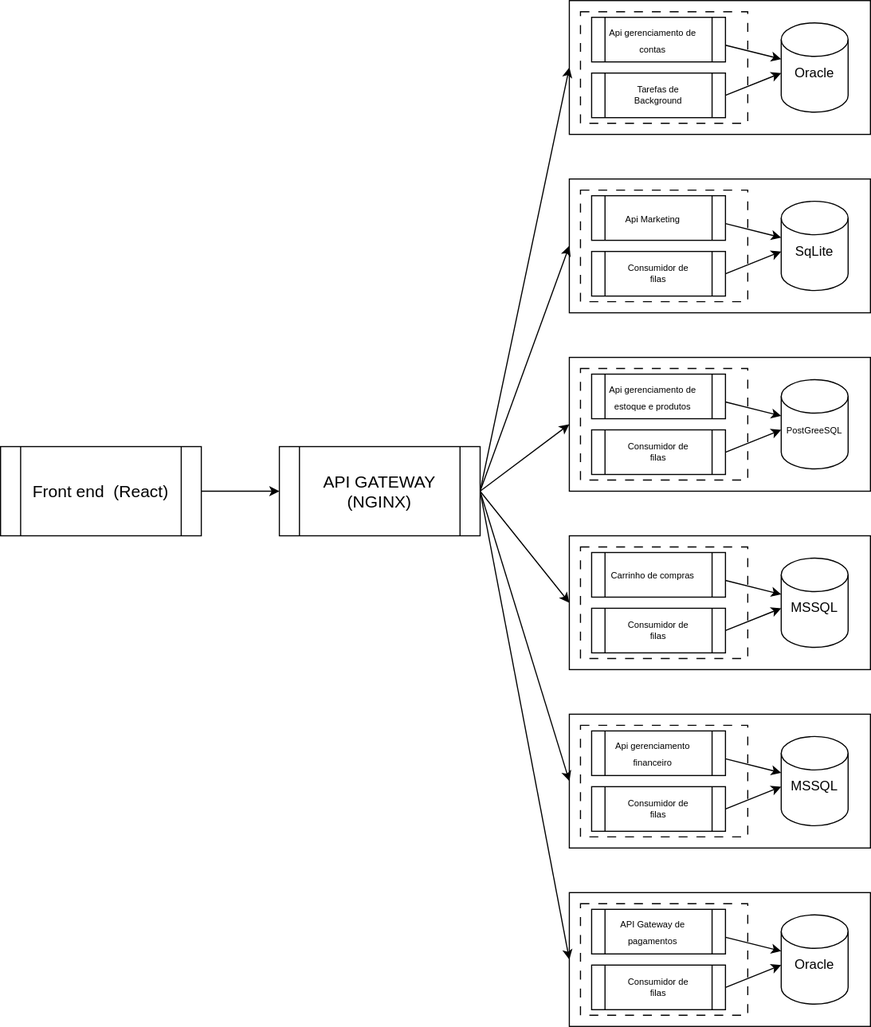
This is ecommerce.svg from edusfc15/desenvolvimento_de_servicos_web, a draw.io export, as it was before one commit. Source tidied: cells renumbered, new cells last; positions are measured from the earlier drawing's top-left corner, leaving out a move shared by most shapes.
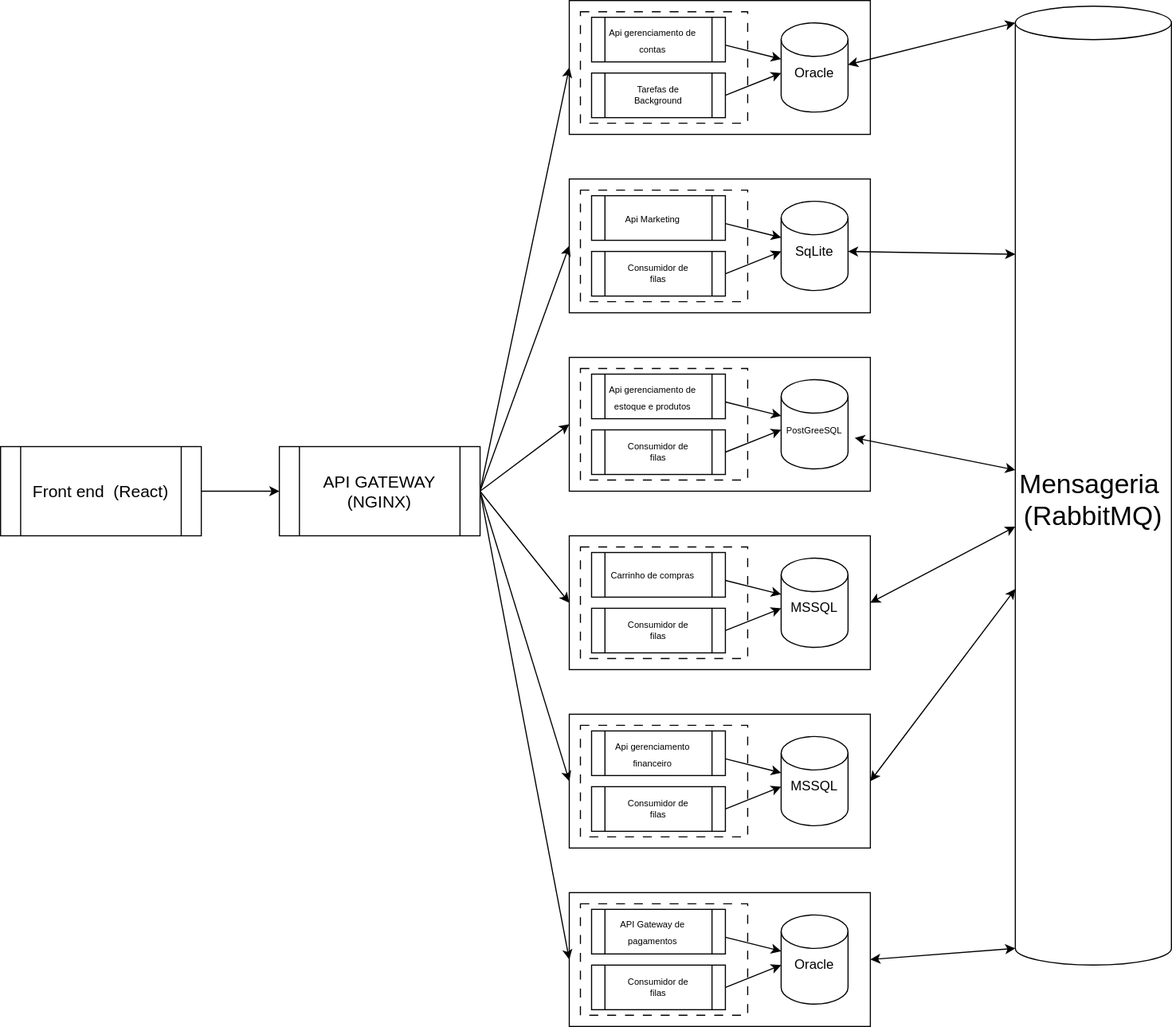
The same file after the commit.

Commit message:
Adição da mensageria RABBITMQ

Change to the diagram source:
```diff
@@ -2,6 +2,9 @@
   <root>
     <mxCell id="0" />
     <mxCell id="1" parent="0" />
+    <mxCell id="71" style="edgeStyle=none;html=1;exitX=1;exitY=0.5;exitDx=0;exitDy=0;fontSize=24;entryX=1;entryY=0.5;entryDx=0;entryDy=0;" parent="1" edge="1" source="2" target="2">
+      <mxGeometry relative="1" as="geometry" />
+    </mxCell>
     <mxCell id="2" style="whiteSpace=wrap;html=1;" parent="1" vertex="1">
       <mxGeometry x="510" width="270" height="120" as="geometry" />
     </mxCell>
@@ -27,6 +30,9 @@
         <mxPoint x="700" y="65" as="targetPoint" />
       </mxGeometry>
     </mxCell>
+    <mxCell id="72" style="edgeStyle=none;html=1;entryX=0;entryY=0;entryDx=0;entryDy=15;entryPerimeter=0;fontSize=24;endArrow=classic;endFill=1;startArrow=classic;startFill=1;" parent="1" edge="1" source="9" target="78">
+      <mxGeometry relative="1" as="geometry" />
+    </mxCell>
     <mxCell id="9" value="Oracle" style="text;strokeColor=none;align=center;fillColor=none;html=1;verticalAlign=middle;whiteSpace=wrap;rounded=0;dashed=1;dashPattern=8 8;" parent="1" vertex="1">
       <mxGeometry x="700" y="50" width="60" height="30" as="geometry" />
     </mxCell>
@@ -61,6 +67,9 @@
         <mxPoint x="700" y="225" as="targetPoint" />
       </mxGeometry>
     </mxCell>
+    <mxCell id="73" style="edgeStyle=none;html=1;exitX=1;exitY=0.5;exitDx=0;exitDy=0;entryX=0;entryY=0;entryDx=0;entryDy=222.5;entryPerimeter=0;fontSize=24;startArrow=classic;startFill=1;" parent="1" edge="1" source="19" target="78">
+      <mxGeometry relative="1" as="geometry" />
+    </mxCell>
     <mxCell id="19" value="SqLite" style="text;strokeColor=none;align=center;fillColor=none;html=1;verticalAlign=middle;whiteSpace=wrap;rounded=0;dashed=1;dashPattern=8 8;" parent="1" vertex="1">
       <mxGeometry x="700" y="210" width="60" height="30" as="geometry" />
     </mxCell>
@@ -95,6 +104,9 @@
         <mxPoint x="700" y="385" as="targetPoint" />
       </mxGeometry>
     </mxCell>
+    <mxCell id="74" style="edgeStyle=none;html=1;fontSize=24;startArrow=classic;startFill=1;" parent="1" edge="1" source="29" target="78">
+      <mxGeometry relative="1" as="geometry" />
+    </mxCell>
     <mxCell id="29" value="&lt;font style=&quot;font-size: 8px;&quot;&gt;PostGreeSQL&lt;/font&gt;" style="text;strokeColor=none;align=center;fillColor=none;html=1;verticalAlign=middle;whiteSpace=wrap;rounded=0;dashed=1;dashPattern=8 8;perimeterSpacing=6;" parent="1" vertex="1">
       <mxGeometry x="700" y="370" width="60" height="30" as="geometry" />
     </mxCell>
@@ -104,6 +116,9 @@
     <mxCell id="31" value="Consumidor de filas" style="text;strokeColor=none;align=center;fillColor=none;html=1;verticalAlign=middle;whiteSpace=wrap;rounded=0;dashed=1;dashPattern=8 8;fontSize=8;" parent="1" vertex="1">
       <mxGeometry x="560" y="390" width="60" height="30" as="geometry" />
     </mxCell>
+    <mxCell id="75" style="edgeStyle=none;html=1;exitX=1;exitY=0.5;exitDx=0;exitDy=0;fontSize=24;startArrow=classic;startFill=1;" parent="1" edge="1" source="32" target="78">
+      <mxGeometry relative="1" as="geometry" />
+    </mxCell>
     <mxCell id="32" style="whiteSpace=wrap;html=1;" parent="1" vertex="1">
       <mxGeometry x="510" y="480" width="270" height="120" as="geometry" />
     </mxCell>
@@ -138,6 +153,9 @@
     <mxCell id="41" value="Consumidor de filas" style="text;strokeColor=none;align=center;fillColor=none;html=1;verticalAlign=middle;whiteSpace=wrap;rounded=0;dashed=1;dashPattern=8 8;fontSize=8;" parent="1" vertex="1">
       <mxGeometry x="560" y="550" width="60" height="30" as="geometry" />
     </mxCell>
+    <mxCell id="76" style="edgeStyle=none;html=1;exitX=1;exitY=0.5;exitDx=0;exitDy=0;fontSize=24;startArrow=classic;startFill=1;" parent="1" edge="1" source="42" target="78">
+      <mxGeometry relative="1" as="geometry" />
+    </mxCell>
     <mxCell id="42" style="whiteSpace=wrap;html=1;" parent="1" vertex="1">
       <mxGeometry x="510" y="640" width="270" height="120" as="geometry" />
     </mxCell>
@@ -172,6 +190,9 @@
     <mxCell id="51" value="Consumidor de filas" style="text;strokeColor=none;align=center;fillColor=none;html=1;verticalAlign=middle;whiteSpace=wrap;rounded=0;dashed=1;dashPattern=8 8;fontSize=8;" parent="1" vertex="1">
       <mxGeometry x="560" y="710" width="60" height="30" as="geometry" />
     </mxCell>
+    <mxCell id="77" style="edgeStyle=none;html=1;exitX=1;exitY=0.5;exitDx=0;exitDy=0;fontSize=24;entryX=0;entryY=1;entryDx=0;entryDy=-15;entryPerimeter=0;startArrow=classic;startFill=1;" parent="1" edge="1" source="52" target="78">
+      <mxGeometry relative="1" as="geometry" />
+    </mxCell>
     <mxCell id="52" style="whiteSpace=wrap;html=1;" parent="1" vertex="1">
       <mxGeometry x="510" y="800" width="270" height="120" as="geometry" />
     </mxCell>
@@ -233,5 +254,8 @@
     <mxCell id="70" style="endArrow=classic;html=1;fontSize=15;entryX=0;entryY=0.5;entryDx=0;entryDy=0;exitX=1;exitY=0.5;exitDx=0;exitDy=0;" parent="1" edge="1" source="69" target="68">
       <mxGeometry relative="1" as="geometry" />
     </mxCell>
+    <mxCell id="78" value="&lt;font style=&quot;font-size: 24px;&quot;&gt;Mensageria&amp;nbsp; (RabbitMQ)&lt;/font&gt;" style="shape=cylinder3;whiteSpace=wrap;html=1;boundedLbl=1;backgroundOutline=1;size=15;" parent="1" vertex="1">
+      <mxGeometry x="910" y="5" width="140" height="860" as="geometry" />
+    </mxCell>
   </root>
 </mxGraphModel>
```
